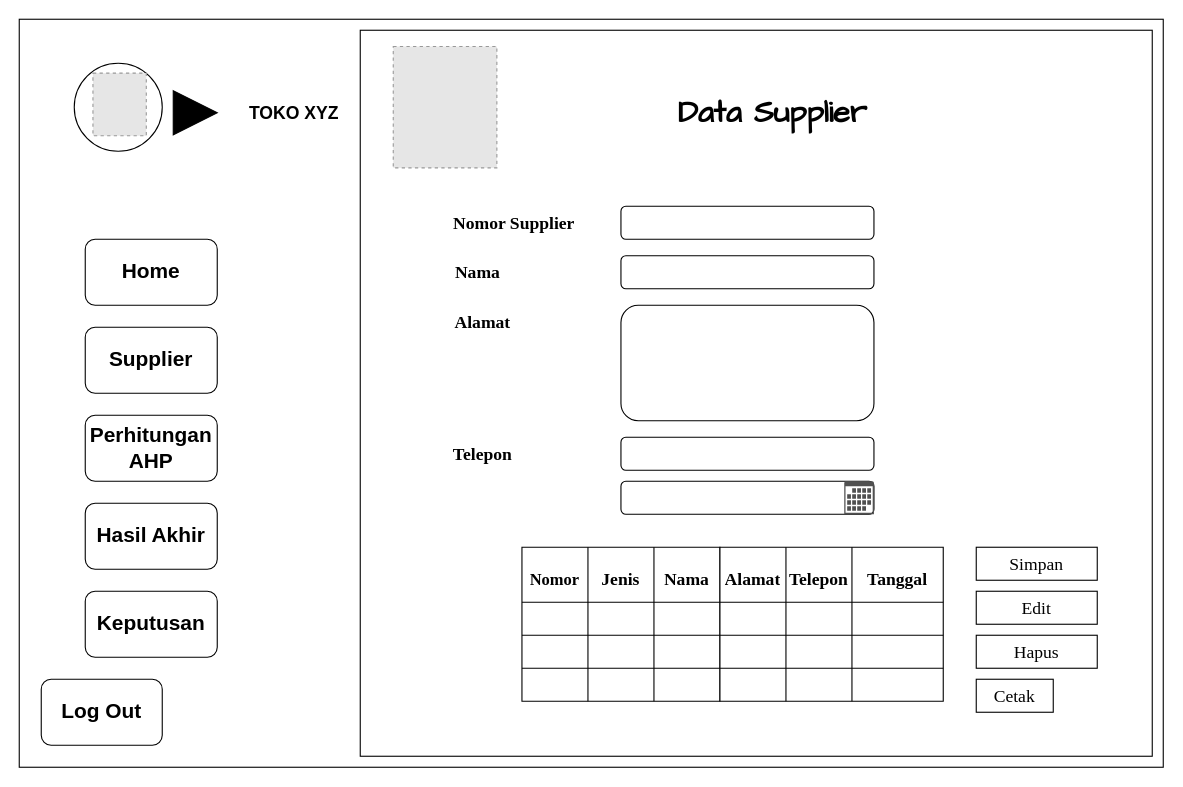
The draw.io diagram page "Sup" (3 of 15) of Diagram Tanpa Judul.drawio in Malikdeensial/RekammedisRumahsehatXYZ, before the edit. Source tidied: cells renumbered, new cells numbered last; positions are measured from the earlier drawing's top-left corner, leaving out a move shared by most shapes. Both pictures are drawn from the tidied source at 110%, with x=0, y=0 at pixel (19, 19). Pictures stored in the file or linked from it are replaced by grey dashed boxes.
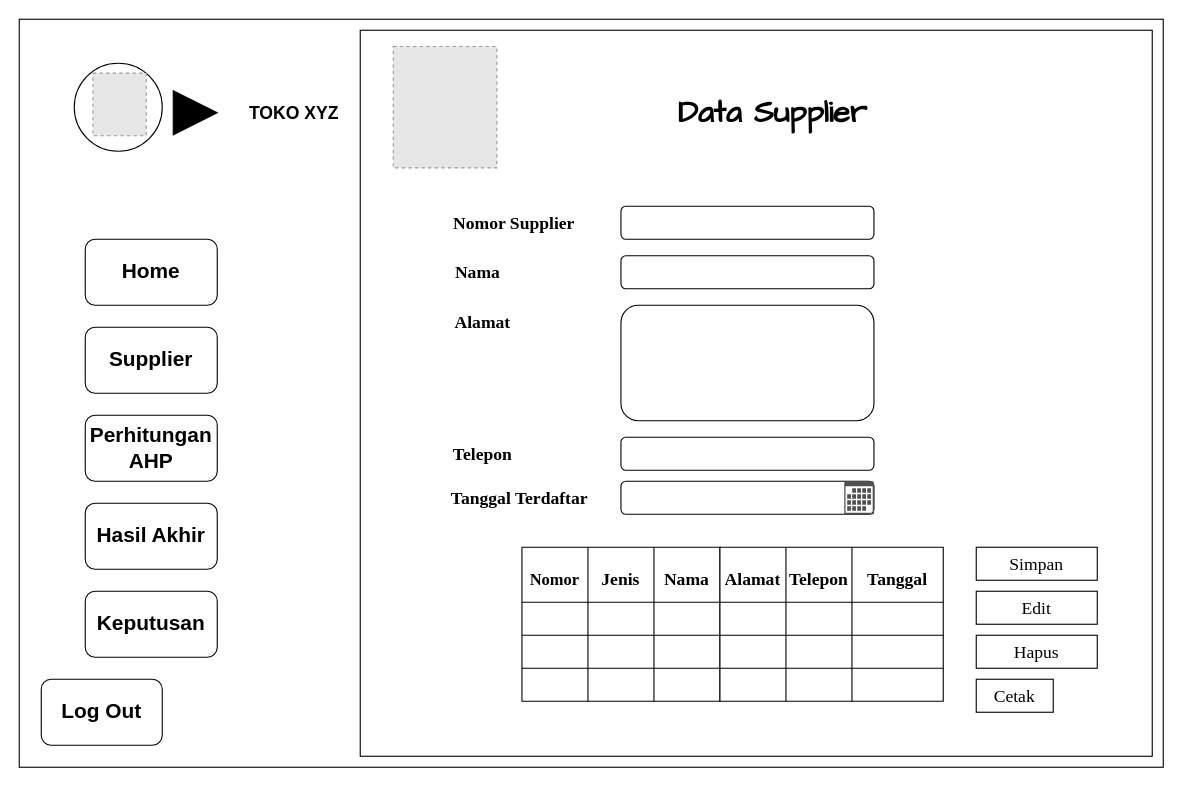
The same page after the edit.

Change to the diagram source:
```diff
@@
+    <mxCell id="64" value="&lt;b&gt;Tanggal Terdaftar&lt;/b&gt;" style="text;html=1;strokeColor=none;fillColor=none;align=center;verticalAlign=middle;whiteSpace=wrap;rounded=0;fontFamily=Times New Roman;fontSize=16;" parent="1" vertex="1">
+      <mxGeometry x="390" y="420" width="130" height="30" as="geometry" />
+    </mxCell>
```
